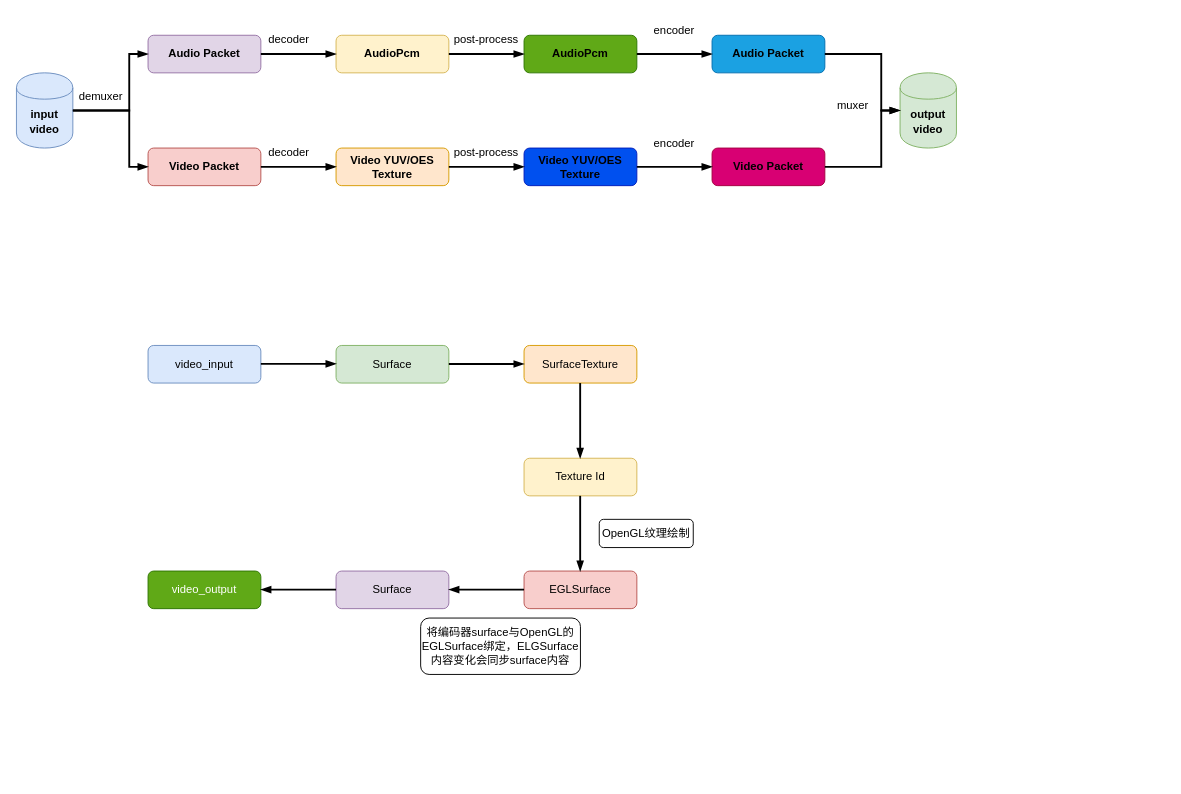
Above: page "转码" (2 of 2) of graph.drawio in AndyYoung1004/draw.io (draw.io), before the change. Source tidied: cells renumbered, new cells numbered last; positions are measured from the earlier drawing's top-left corner, leaving out a move shared by most shapes. Both pictures are drawn from the tidied source at 94%, with x=0, y=0 at pixel (16, 16).
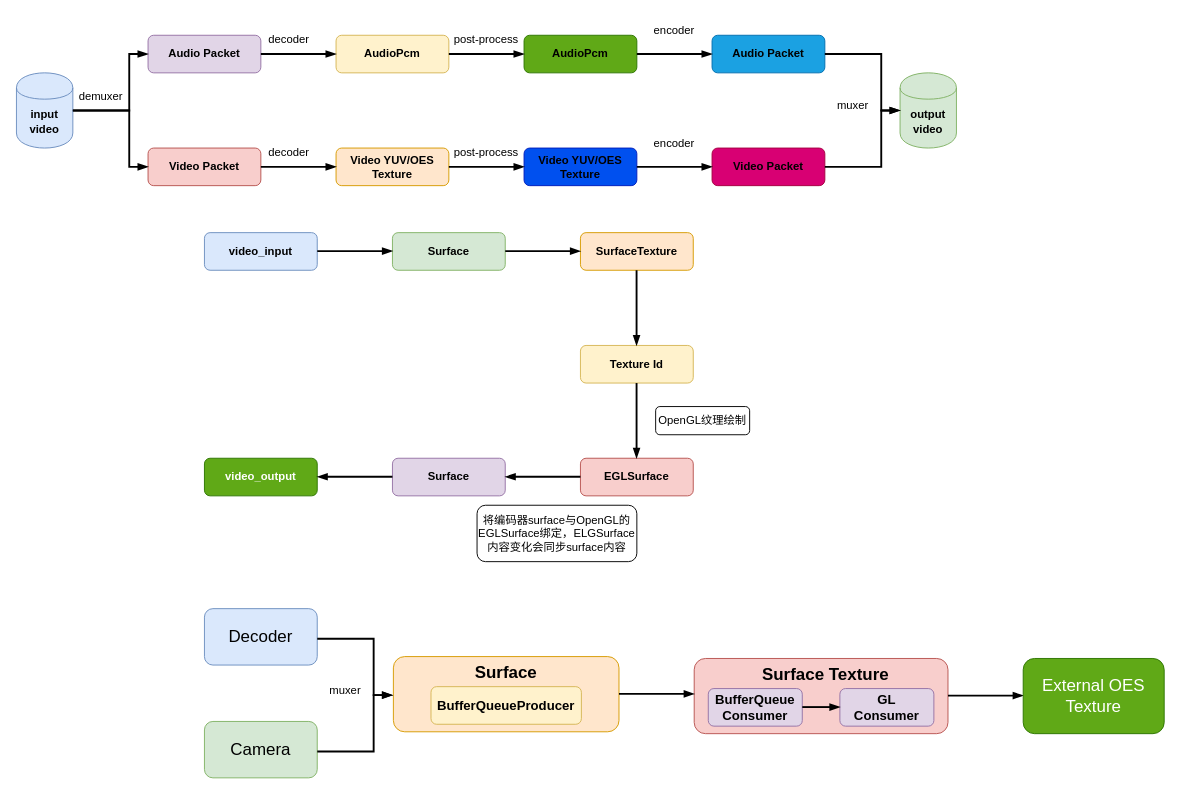
The same diagram, later.

Diff of the diagram source:
```diff
@@
-    <mxCell id="18" value="video_input" style="rounded=1;whiteSpace=wrap;html=1;fillColor=#dae8fc;strokeColor=#6c8ebf;" parent="1" vertex="1">
-      <mxGeometry x="140" y="350" width="120" height="40" as="geometry" />
+    <mxCell id="18" value="&lt;b&gt;video_input&lt;/b&gt;" style="rounded=1;whiteSpace=wrap;html=1;fillColor=#dae8fc;strokeColor=#6c8ebf;" parent="1" vertex="1">
+      <mxGeometry x="200" y="230" width="120" height="40" as="geometry" />
     </mxCell>
-    <mxCell id="19" value="Surface" style="rounded=1;whiteSpace=wrap;html=1;fillColor=#d5e8d4;strokeColor=#82b366;" parent="1" vertex="1">
-      <mxGeometry x="340" y="350" width="120" height="40" as="geometry" />
+    <mxCell id="19" value="&lt;b&gt;Surface&lt;/b&gt;" style="rounded=1;whiteSpace=wrap;html=1;fillColor=#d5e8d4;strokeColor=#82b366;" parent="1" vertex="1">
+      <mxGeometry x="400" y="230" width="120" height="40" as="geometry" />
     </mxCell>
-    <mxCell id="20" value="SurfaceTexture" style="rounded=1;whiteSpace=wrap;html=1;fillColor=#ffe6cc;strokeColor=#d79b00;" parent="1" vertex="1">
-      <mxGeometry x="540" y="350" width="120" height="40" as="geometry" />
+    <mxCell id="20" value="&lt;b&gt;SurfaceTexture&lt;/b&gt;" style="rounded=1;whiteSpace=wrap;html=1;fillColor=#ffe6cc;strokeColor=#d79b00;" parent="1" vertex="1">
+      <mxGeometry x="600" y="230" width="120" height="40" as="geometry" />
     </mxCell>
-    <mxCell id="21" value="Texture Id" style="rounded=1;whiteSpace=wrap;html=1;fillColor=#fff2cc;strokeColor=#d6b656;" parent="1" vertex="1">
-      <mxGeometry x="540" y="470" width="120" height="40" as="geometry" />
+    <mxCell id="21" value="&lt;b&gt;Texture Id&lt;/b&gt;" style="rounded=1;whiteSpace=wrap;html=1;fillColor=#fff2cc;strokeColor=#d6b656;" parent="1" vertex="1">
+      <mxGeometry x="600" y="350" width="120" height="40" as="geometry" />
     </mxCell>
-    <mxCell id="22" value="EGLSurface" style="rounded=1;whiteSpace=wrap;html=1;fillColor=#f8cecc;strokeColor=#b85450;" parent="1" vertex="1">
-      <mxGeometry x="540" y="590" width="120" height="40" as="geometry" />
+    <mxCell id="22" value="&lt;b&gt;EGLSurface&lt;/b&gt;" style="rounded=1;whiteSpace=wrap;html=1;fillColor=#f8cecc;strokeColor=#b85450;" parent="1" vertex="1">
+      <mxGeometry x="600" y="470" width="120" height="40" as="geometry" />
     </mxCell>
-    <mxCell id="23" value="Surface" style="rounded=1;whiteSpace=wrap;html=1;fillColor=#e1d5e7;strokeColor=#9673a6;" parent="1" vertex="1">
-      <mxGeometry x="340" y="590" width="120" height="40" as="geometry" />
+    <mxCell id="23" value="&lt;b&gt;Surface&lt;/b&gt;" style="rounded=1;whiteSpace=wrap;html=1;fillColor=#e1d5e7;strokeColor=#9673a6;" parent="1" vertex="1">
+      <mxGeometry x="400" y="470" width="120" height="40" as="geometry" />
     </mxCell>
-    <mxCell id="24" value="video_output" style="rounded=1;whiteSpace=wrap;html=1;fillColor=#60a917;strokeColor=#2D7600;fontColor=#ffffff;" parent="1" vertex="1">
-      <mxGeometry x="140" y="590" width="120" height="40" as="geometry" />
+    <mxCell id="24" value="&lt;b&gt;video_output&lt;/b&gt;" style="rounded=1;whiteSpace=wrap;html=1;fillColor=#60a917;strokeColor=#2D7600;fontColor=#ffffff;" parent="1" vertex="1">
+      <mxGeometry x="200" y="470" width="120" height="40" as="geometry" />
     </mxCell>
     <mxCell id="25" value="将编码器surface与OpenGL的EGLSurface绑定，ELGSurface内容变化会同步surface内容" style="rounded=1;whiteSpace=wrap;html=1;" parent="1" vertex="1">
-      <mxGeometry x="430" y="640" width="170" height="60" as="geometry" />
+      <mxGeometry x="490" y="520" width="170" height="60" as="geometry" />
     </mxCell>
@@
     <mxCell id="38" style="endArrow=blockThin;html=1;rounded=0;endFill=1;strokeWidth=2;" parent="1" edge="1">
       <mxGeometry relative="1" as="geometry">
-        <mxPoint x="260" y="369.6" as="sourcePoint" />
-        <mxPoint x="340" y="369.6" as="targetPoint" />
+        <mxPoint x="320" y="249.6" as="sourcePoint" />
+        <mxPoint x="400" y="249.6" as="targetPoint" />
       </mxGeometry>
     </mxCell>
     <mxCell id="39" style="endArrow=blockThin;html=1;rounded=0;endFill=1;strokeWidth=2;" parent="1" edge="1">
       <mxGeometry relative="1" as="geometry">
-        <mxPoint x="460" y="369.7" as="sourcePoint" />
-        <mxPoint x="540" y="369.7" as="targetPoint" />
+        <mxPoint x="520" y="249.7" as="sourcePoint" />
+        <mxPoint x="600" y="249.7" as="targetPoint" />
       </mxGeometry>
     </mxCell>
     <mxCell id="40" style="endArrow=blockThin;html=1;rounded=0;endFill=1;strokeWidth=2;" parent="1" edge="1">
       <mxGeometry relative="1" as="geometry">
-        <mxPoint x="540" y="609.7" as="sourcePoint" />
-        <mxPoint x="460" y="609.7" as="targetPoint" />
+        <mxPoint x="600" y="489.7" as="sourcePoint" />
+        <mxPoint x="520" y="489.7" as="targetPoint" />
       </mxGeometry>
     </mxCell>
     <mxCell id="41" style="endArrow=blockThin;html=1;rounded=0;endFill=1;strokeWidth=2;" parent="1" edge="1">
       <mxGeometry relative="1" as="geometry">
-        <mxPoint x="340" y="609.7" as="sourcePoint" />
-        <mxPoint x="260" y="609.7" as="targetPoint" />
+        <mxPoint x="400" y="489.7" as="sourcePoint" />
+        <mxPoint x="320" y="489.7" as="targetPoint" />
       </mxGeometry>
     </mxCell>
     <mxCell id="42" style="endArrow=blockThin;html=1;rounded=0;endFill=1;strokeWidth=2;" parent="1" edge="1">
       <mxGeometry relative="1" as="geometry">
-        <mxPoint x="599.7" y="510" as="sourcePoint" />
-        <mxPoint x="599.7" y="590" as="targetPoint" />
+        <mxPoint x="659.7" y="390" as="sourcePoint" />
+        <mxPoint x="659.7" y="470" as="targetPoint" />
       </mxGeometry>
     </mxCell>
     <mxCell id="43" style="endArrow=blockThin;html=1;rounded=0;endFill=1;strokeWidth=2;" parent="1" edge="1">
       <mxGeometry relative="1" as="geometry">
-        <mxPoint x="599.7" y="390" as="sourcePoint" />
-        <mxPoint x="599.7" y="470" as="targetPoint" />
+        <mxPoint x="659.7" y="270" as="sourcePoint" />
+        <mxPoint x="659.7" y="350" as="targetPoint" />
       </mxGeometry>
     </mxCell>
     <mxCell id="44" value="OpenGL纹理绘制" style="rounded=1;whiteSpace=wrap;html=1;" parent="1" vertex="1">
-      <mxGeometry x="620" y="535" width="100" height="30" as="geometry" />
+      <mxGeometry x="680" y="415" width="100" height="30" as="geometry" />
     </mxCell>
+    <mxCell id="45" value="&lt;font style=&quot;font-size: 18px&quot;&gt;Decoder&lt;/font&gt;" style="rounded=1;whiteSpace=wrap;html=1;fillColor=#dae8fc;strokeColor=#6c8ebf;" parent="1" vertex="1">
+      <mxGeometry x="200" y="630" width="120" height="60" as="geometry" />
+    </mxCell>
+    <mxCell id="46" value="&lt;font style=&quot;font-size: 18px&quot;&gt;Camera&lt;/font&gt;" style="rounded=1;whiteSpace=wrap;html=1;fillColor=#d5e8d4;strokeColor=#82b366;" parent="1" vertex="1">
+      <mxGeometry x="200" y="750" width="120" height="60" as="geometry" />
+    </mxCell>
+    <mxCell id="47" style="rounded=1;whiteSpace=wrap;html=1;fillColor=#ffe6cc;strokeColor=#d79b00;" parent="1" vertex="1">
+      <mxGeometry x="401" y="681" width="240" height="80" as="geometry" />
+    </mxCell>
+    <mxCell id="48" value="&lt;b&gt;&lt;font style=&quot;font-size: 18px&quot;&gt;Surface&lt;/font&gt;&lt;/b&gt;" style="text;html=1;strokeColor=none;fillColor=none;align=center;verticalAlign=middle;whiteSpace=wrap;rounded=0;" parent="1" vertex="1">
+      <mxGeometry x="491" y="683" width="60" height="30" as="geometry" />
+    </mxCell>
+    <mxCell id="49" value="&lt;b&gt;&lt;font style=&quot;font-size: 14px&quot;&gt;BufferQueueProducer&lt;/font&gt;&lt;/b&gt;" style="rounded=1;whiteSpace=wrap;html=1;fillColor=#fff2cc;strokeColor=#d6b656;" parent="1" vertex="1">
+      <mxGeometry x="441" y="713" width="160" height="40" as="geometry" />
+    </mxCell>
+    <mxCell id="50" style="rounded=1;whiteSpace=wrap;html=1;fillColor=#f8cecc;strokeColor=#b85450;" parent="1" vertex="1">
+      <mxGeometry x="721" y="683" width="270" height="80" as="geometry" />
+    </mxCell>
+    <mxCell id="51" value="&lt;b&gt;&lt;font style=&quot;font-size: 18px&quot;&gt;Surface Texture&lt;/font&gt;&lt;/b&gt;" style="text;html=1;strokeColor=none;fillColor=none;align=center;verticalAlign=middle;whiteSpace=wrap;rounded=0;" parent="1" vertex="1">
+      <mxGeometry x="791" y="685" width="140" height="30" as="geometry" />
+    </mxCell>
+    <mxCell id="52" value="&lt;b&gt;&lt;font style=&quot;font-size: 14px&quot;&gt;BufferQueue&lt;br&gt;Consumer&lt;br&gt;&lt;/font&gt;&lt;/b&gt;" style="rounded=1;whiteSpace=wrap;html=1;fillColor=#e1d5e7;strokeColor=#9673a6;" parent="1" vertex="1">
+      <mxGeometry x="736" y="715" width="100" height="40" as="geometry" />
+    </mxCell>
+    <mxCell id="53" value="&lt;b&gt;&lt;font style=&quot;font-size: 14px&quot;&gt;GL&lt;br&gt;Consumer&lt;br&gt;&lt;/font&gt;&lt;/b&gt;" style="rounded=1;whiteSpace=wrap;html=1;fillColor=#e1d5e7;strokeColor=#9673a6;" parent="1" vertex="1">
+      <mxGeometry x="876" y="715" width="100" height="40" as="geometry" />
+    </mxCell>
+    <mxCell id="54" style="endArrow=blockThin;html=1;rounded=0;endFill=1;strokeWidth=2;" parent="1" edge="1">
+      <mxGeometry relative="1" as="geometry">
+        <mxPoint x="836" y="734.7" as="sourcePoint" />
+        <mxPoint x="876" y="734.7" as="targetPoint" />
+      </mxGeometry>
+    </mxCell>
+    <mxCell id="55" style="endArrow=blockThin;html=1;rounded=0;endFill=1;strokeWidth=2;" parent="1" edge="1">
+      <mxGeometry relative="1" as="geometry">
+        <mxPoint x="641" y="720.7" as="sourcePoint" />
+        <mxPoint x="721" y="720.7" as="targetPoint" />
+      </mxGeometry>
+    </mxCell>
+    <mxCell id="56" value="muxer" style="text;html=1;align=center;verticalAlign=middle;whiteSpace=wrap;rounded=0;" parent="1" vertex="1">
+      <mxGeometry x="320" y="702" width="60" height="30" as="geometry" />
+    </mxCell>
+    <mxCell id="57" style="endArrow=blockThin;html=1;rounded=0;endFill=1;strokeWidth=2;edgeStyle=orthogonalEdgeStyle;" parent="1" edge="1">
+      <mxGeometry relative="1" as="geometry">
+        <mxPoint x="320" y="662" as="sourcePoint" />
+        <mxPoint x="400" y="722" as="targetPoint" />
+        <Array as="points">
+          <mxPoint x="380" y="662" />
+          <mxPoint x="380" y="722" />
+        </Array>
+      </mxGeometry>
+    </mxCell>
+    <mxCell id="58" style="endArrow=blockThin;html=1;rounded=0;endFill=1;strokeWidth=2;edgeStyle=orthogonalEdgeStyle;" parent="1" edge="1">
+      <mxGeometry relative="1" as="geometry">
+        <mxPoint x="320" y="782" as="sourcePoint" />
+        <mxPoint x="400" y="722" as="targetPoint" />
+        <Array as="points">
+          <mxPoint x="380" y="782" />
+          <mxPoint x="380" y="722" />
+        </Array>
+      </mxGeometry>
+    </mxCell>
+    <mxCell id="59" style="endArrow=blockThin;html=1;rounded=0;endFill=1;strokeWidth=2;" parent="1" edge="1">
+      <mxGeometry relative="1" as="geometry">
+        <mxPoint x="991" y="722.5" as="sourcePoint" />
+        <mxPoint x="1071" y="722.5" as="targetPoint" />
+      </mxGeometry>
+    </mxCell>
+    <mxCell id="60" value="&lt;font style=&quot;font-size: 18px&quot;&gt;External OES Texture&lt;/font&gt;" style="rounded=1;whiteSpace=wrap;html=1;fillColor=#60a917;strokeColor=#2D7600;fontColor=#ffffff;" parent="1" vertex="1">
+      <mxGeometry x="1071" y="683" width="150" height="80" as="geometry" />
+    </mxCell>
```
